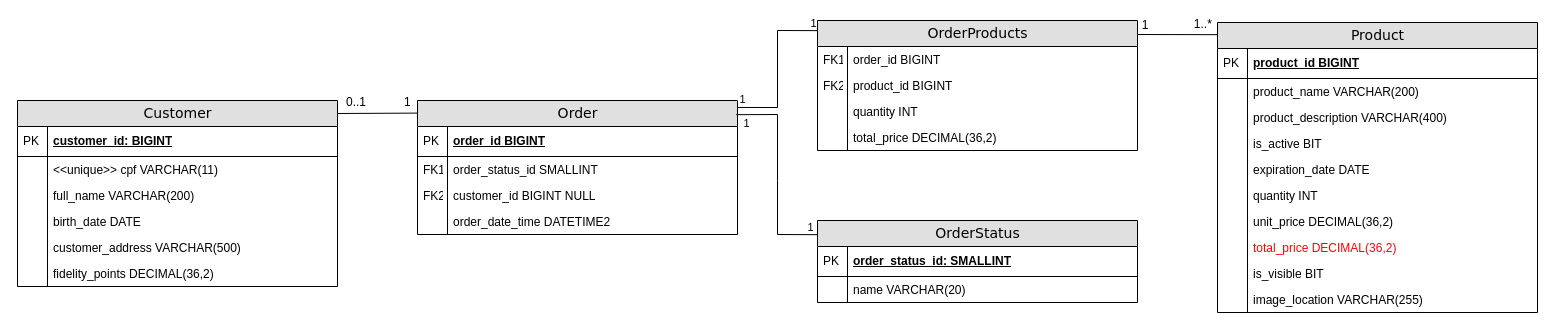
This is Projeto_Final/TropPizza/documentation/diagrams/sql_diagram.drawio from lauterjung/troptech, a draw.io file, before an edit. Source tidied: cells renumbered, new cells numbered last; positions are measured from the earlier drawing's top-left corner, leaving out a move shared by most shapes. Both pictures are drawn from the tidied source at 100%, with x=0, y=0 at pixel (17, 20).
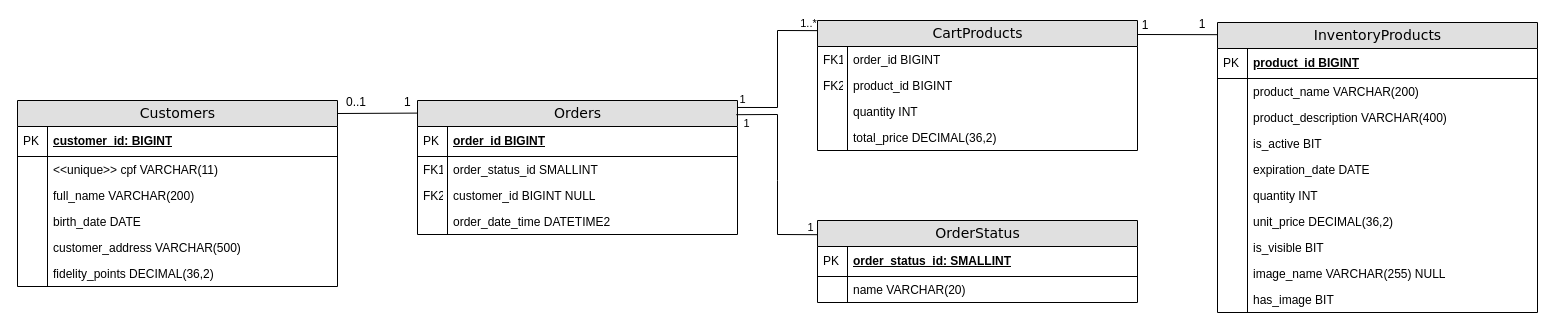
After the change.

The change refers to these unchanged cells:
```xml
<mxCell id="62" style="endArrow=none;shadow=0;strokeWidth=1;rounded=0;endFill=0;edgeStyle=elbowEdgeStyle;elbow=vertical;exitX=-0.001;exitY=0.042;exitDx=0;exitDy=0;exitPerimeter=0;entryX=1.001;entryY=0.109;entryDx=0;entryDy=0;entryPerimeter=0;" parent="1" edge="1" source="15" target="50">
  <mxGeometry x="0.5" y="41" relative="1" as="geometry">
    <Array as="points">
      <mxPoint x="1160" y="14" />
    </Array>
    <mxPoint x="-40" y="32" as="offset" />
  </mxGeometry>
</mxCell>
<mxCell id="68" style="endArrow=none;html=1;rounded=0;fontColor=#FF0000;exitX=1.001;exitY=0.052;exitDx=0;exitDy=0;exitPerimeter=0;entryX=-0.001;entryY=0.078;entryDx=0;entryDy=0;entryPerimeter=0;" parent="1" edge="1" source="36" target="50">
  <mxGeometry relative="1" as="geometry">
    <Array as="points">
      <mxPoint x="760" y="87" />
      <mxPoint x="760" y="10" />
    </Array>
  </mxGeometry>
</mxCell>
```

Change to the diagram source:
```diff
@@
-    <mxCell id="2" value="Customer" style="swimlane;html=1;fontStyle=0;horizontal=1;startSize=26;fillColor=#e0e0e0;swimlaneFillColor=#ffffff;align=center;rounded=0;shadow=0;comic=0;labelBackgroundColor=none;strokeWidth=1;fontFamily=Verdana;fontSize=14;" parent="1" vertex="1">
+    <mxCell id="2" value="Customers" style="swimlane;html=1;fontStyle=0;horizontal=1;startSize=26;fillColor=#e0e0e0;swimlaneFillColor=#ffffff;align=center;rounded=0;shadow=0;comic=0;labelBackgroundColor=none;strokeWidth=1;fontFamily=Verdana;fontSize=14;" parent="1" vertex="1">
       <mxGeometry y="80" width="320" height="186" as="geometry" />
     </mxCell>
@@
-    <mxCell id="15" value="Product" style="swimlane;html=1;fontStyle=0;horizontal=1;startSize=26;fillColor=#e0e0e0;swimlaneFillColor=#ffffff;align=center;rounded=0;shadow=0;comic=0;labelBackgroundColor=none;strokeWidth=1;fontFamily=Verdana;fontSize=14;" parent="1" vertex="1">
+    <mxCell id="15" value="InventoryProducts" style="swimlane;html=1;fontStyle=0;horizontal=1;startSize=26;fillColor=#e0e0e0;swimlaneFillColor=#ffffff;align=center;rounded=0;shadow=0;comic=0;labelBackgroundColor=none;strokeWidth=1;fontFamily=Verdana;fontSize=14;" parent="1" vertex="1">
       <mxGeometry x="1200" y="2" width="320" height="290" as="geometry" />
     </mxCell>
@@
-    <mxCell id="30" value="&lt;font color=&quot;#FF0000&quot;&gt;total_price DECIMAL(36,2)&lt;/font&gt;" style="shape=partialRectangle;top=0;left=0;right=0;bottom=0;html=1;align=left;verticalAlign=top;fillColor=none;spacingLeft=34;spacingRight=4;whiteSpace=wrap;overflow=hidden;" parent="15" vertex="1">
-      <mxGeometry y="212" width="320" height="26" as="geometry" />
-    </mxCell>
-    <mxCell id="31" style="shape=partialRectangle;top=0;left=0;bottom=0;html=1;fillColor=none;align=left;verticalAlign=top;spacingLeft=4;spacingRight=4;whiteSpace=wrap;overflow=hidden;" parent="30" vertex="1">
-      <mxGeometry width="30" height="26" as="geometry" />
-    </mxCell>
     <mxCell id="32" value="is_visible BIT" style="shape=partialRectangle;top=0;left=0;right=0;bottom=0;html=1;align=left;verticalAlign=top;fillColor=none;spacingLeft=34;spacingRight=4;whiteSpace=wrap;overflow=hidden;" parent="15" vertex="1">
-      <mxGeometry y="238" width="320" height="26" as="geometry" />
+      <mxGeometry y="212" width="320" height="26" as="geometry" />
     </mxCell>
@@
-    <mxCell id="34" value="image_location VARCHAR(255)" style="shape=partialRectangle;top=0;left=0;right=0;bottom=0;html=1;align=left;verticalAlign=top;fillColor=none;spacingLeft=34;spacingRight=4;whiteSpace=wrap;overflow=hidden;" parent="15" vertex="1">
-      <mxGeometry y="264" width="320" height="26" as="geometry" />
+    <mxCell id="34" value="image_name VARCHAR(255) NULL" style="shape=partialRectangle;top=0;left=0;right=0;bottom=0;html=1;align=left;verticalAlign=top;fillColor=none;spacingLeft=34;spacingRight=4;whiteSpace=wrap;overflow=hidden;" parent="15" vertex="1">
+      <mxGeometry y="238" width="320" height="26" as="geometry" />
     </mxCell>
@@
+    <mxCell id="71" value="has_image BIT" style="shape=partialRectangle;top=0;left=0;right=0;bottom=0;html=1;align=left;verticalAlign=top;fillColor=none;spacingLeft=34;spacingRight=4;whiteSpace=wrap;overflow=hidden;" parent="15" vertex="1">
+      <mxGeometry y="264" width="320" height="26" as="geometry" />
+    </mxCell>
+    <mxCell id="31" style="shape=partialRectangle;top=0;left=0;bottom=0;html=1;fillColor=none;align=left;verticalAlign=top;spacingLeft=4;spacingRight=4;whiteSpace=wrap;overflow=hidden;" parent="71" vertex="1">
+      <mxGeometry width="30" height="26" as="geometry" />
+    </mxCell>
-    <mxCell id="36" value="Order" style="swimlane;html=1;fontStyle=0;horizontal=1;startSize=26;fillColor=#e0e0e0;swimlaneFillColor=#ffffff;align=center;rounded=0;shadow=0;comic=0;labelBackgroundColor=none;strokeWidth=1;fontFamily=Verdana;fontSize=14;" parent="1" vertex="1">
+    <mxCell id="36" value="Orders" style="swimlane;html=1;fontStyle=0;horizontal=1;startSize=26;fillColor=#e0e0e0;swimlaneFillColor=#ffffff;align=center;rounded=0;shadow=0;comic=0;labelBackgroundColor=none;strokeWidth=1;fontFamily=Verdana;fontSize=14;" parent="1" vertex="1">
       <mxGeometry x="400" y="80" width="320" height="134" as="geometry" />
     </mxCell>
@@
-    <mxCell id="50" value="OrderProducts" style="swimlane;html=1;fontStyle=0;horizontal=1;startSize=26;fillColor=#e0e0e0;swimlaneFillColor=#ffffff;align=center;rounded=0;shadow=0;comic=0;labelBackgroundColor=none;strokeWidth=1;fontFamily=Verdana;fontSize=14;" parent="1" vertex="1">
+    <mxCell id="50" value="CartProducts" style="swimlane;html=1;fontStyle=0;horizontal=1;startSize=26;fillColor=#e0e0e0;swimlaneFillColor=#ffffff;align=center;rounded=0;shadow=0;comic=0;labelBackgroundColor=none;strokeWidth=1;fontFamily=Verdana;fontSize=14;" parent="1" vertex="1">
       <mxGeometry x="800" width="320" height="130" as="geometry" />
     </mxCell>
@@
-    <mxCell id="63" value="1..*" style="align=left;verticalAlign=bottom;labelBackgroundColor=none;fontSize=12;" parent="62" vertex="1">
+    <mxCell id="63" value="1" style="align=left;verticalAlign=bottom;labelBackgroundColor=none;fontSize=12;" parent="62" vertex="1">
       <mxGeometry x="-1" relative="1" as="geometry">
-        <mxPoint x="-25" y="-2" as="offset" />
+        <mxPoint x="-20" y="-2" as="offset" />
       </mxGeometry>
     </mxCell>
@@
-    <mxCell id="70" value="1" style="edgeLabel;html=1;align=center;verticalAlign=middle;fontColor=#000000;" parent="68" vertex="1">
+    <mxCell id="70" value="1..*" style="edgeLabel;html=1;align=center;verticalAlign=middle;fontColor=#000000;" parent="68" vertex="1">
       <mxGeometry x="0.9" y="-1" relative="1" as="geometry">
-        <mxPoint x="3" y="-9" as="offset" />
+        <mxPoint x="-2" y="-9" as="offset" />
       </mxGeometry>
     </mxCell>
```
